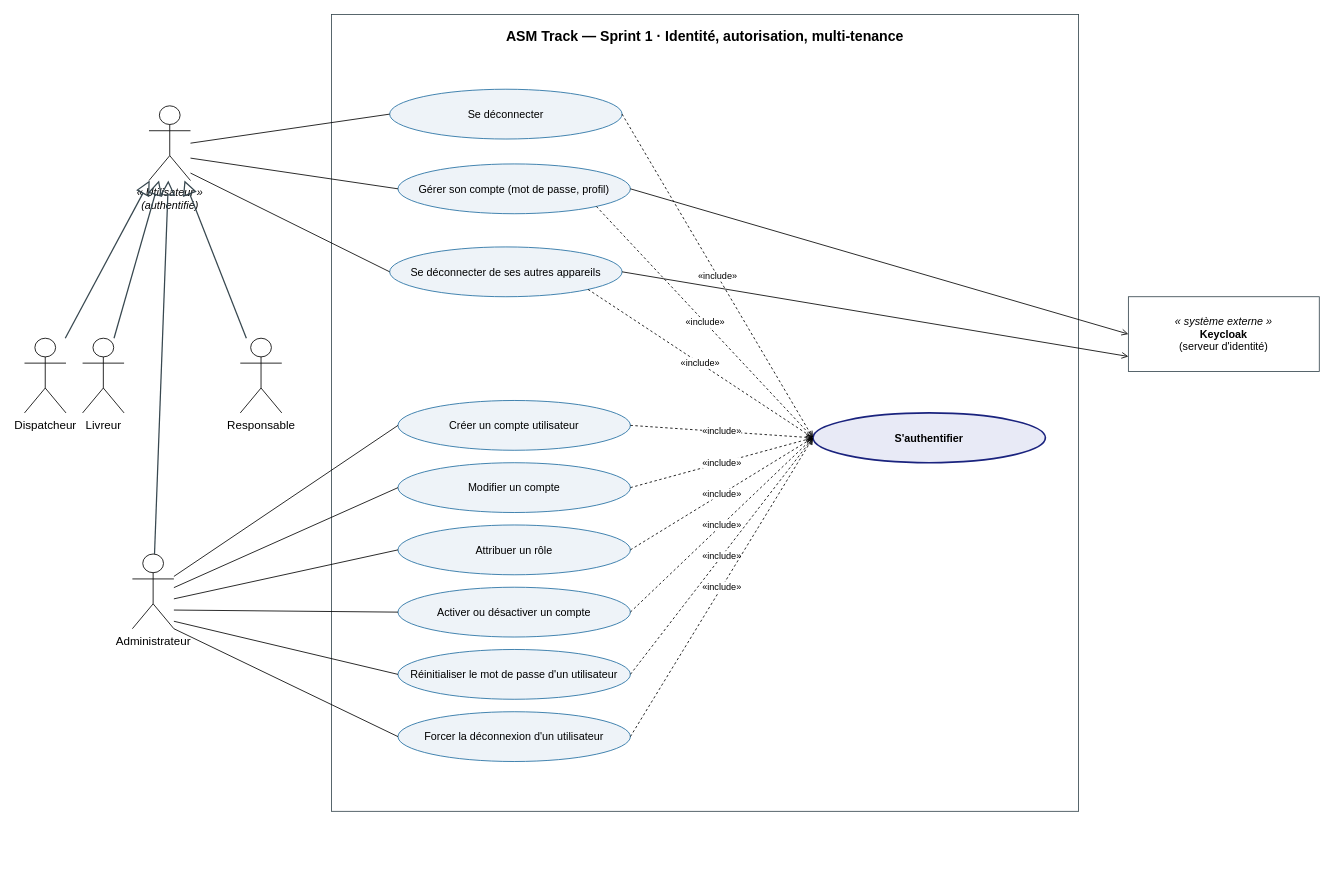
Earlier version of the draw.io diagram diagrams/drawio/Sprint1/uc-sprint1-corrige.drawio (Moaziz667/asm-track). Source tidied: cells renumbered, new cells numbered last; positions are measured from the earlier drawing's top-left corner, leaving out a move shared by most shapes. Both pictures are drawn from the tidied source at 83%, with x=0, y=0 at pixel (24, 14).
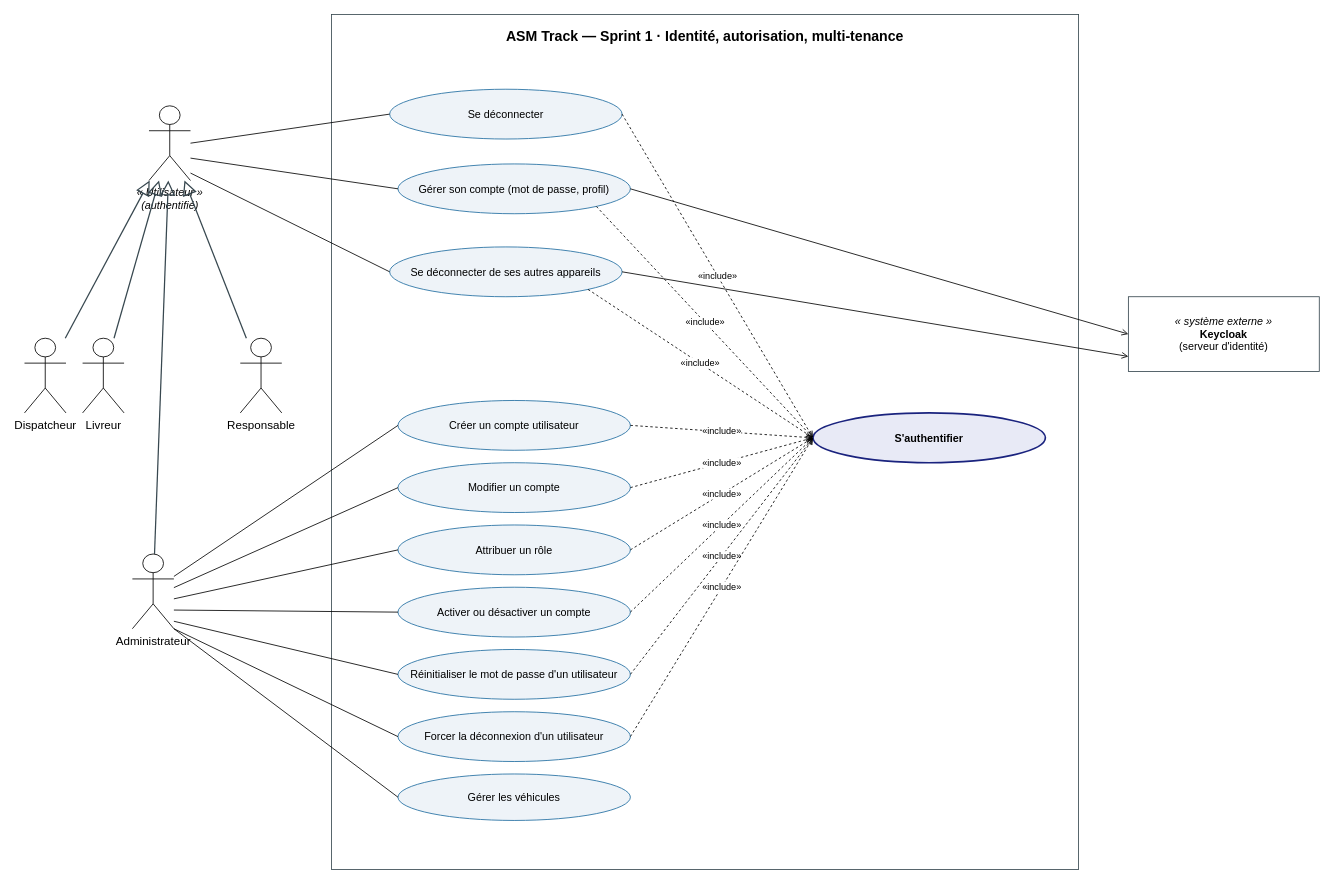
After the change.

Commit message (it also covers changes not shown here):
feat(diagrammes): les sprints couvrent enfin tout le cas d'utilisation global

Unchanged cells that the change refers to:
```xml
<mxCell id="3" value="Administrateur" style="shape=umlActor;verticalLabelPosition=bottom;verticalAlign=top;html=1;outlineConnect=0;fontSize=14;" parent="1" vertex="1">
  <mxGeometry x="130" y="650" width="50" height="90" as="geometry" />
</mxCell>
```

Diff of the diagram source:
```diff
@@
     <mxCell id="2" value="ASM Track — Sprint 1 · Identité, autorisation, multi-tenance" style="rounded=0;whiteSpace=wrap;html=1;verticalAlign=top;fontSize=17;fontStyle=1;fillColor=none;strokeColor=#37474F;spacingTop=10;" parent="1" vertex="1">
-      <mxGeometry x="370" width="900" height="960" as="geometry" />
+      <mxGeometry x="370" width="900" height="1030" as="geometry" />
     </mxCell>
@@
+    <mxCell id="43" value="Gérer les véhicules" style="ellipse;whiteSpace=wrap;html=1;fillColor=#EEF3F8;strokeColor=#1F6CA0;fontSize=13;" parent="1" vertex="1">
+      <mxGeometry x="450" y="915" width="280" height="56" as="geometry" />
+    </mxCell>
+    <mxCell id="44" style="html=1;endArrow=none;rounded=0;edgeStyle=none;exitX=1;exitY=1;entryX=0;entryY=0.5;" parent="1" edge="1" source="3" target="43">
+      <mxGeometry relative="1" as="geometry" />
+    </mxCell>
```
